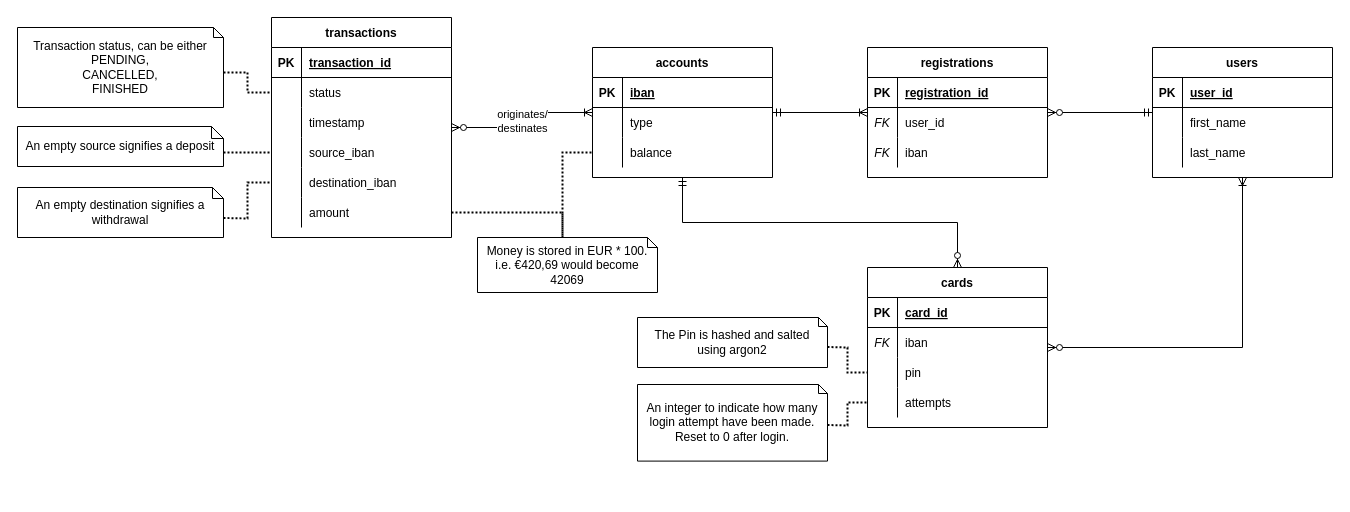
The draw.io diagram doc/ERD.drawio in Herbankers/hb-server, before the edit. Source tidied: cells renumbered, new cells numbered last; positions are measured from the earlier drawing's top-left corner, leaving out a move shared by most shapes. Both pictures are drawn from the tidied source at 100%, with x=0, y=0 at pixel (17, 17).
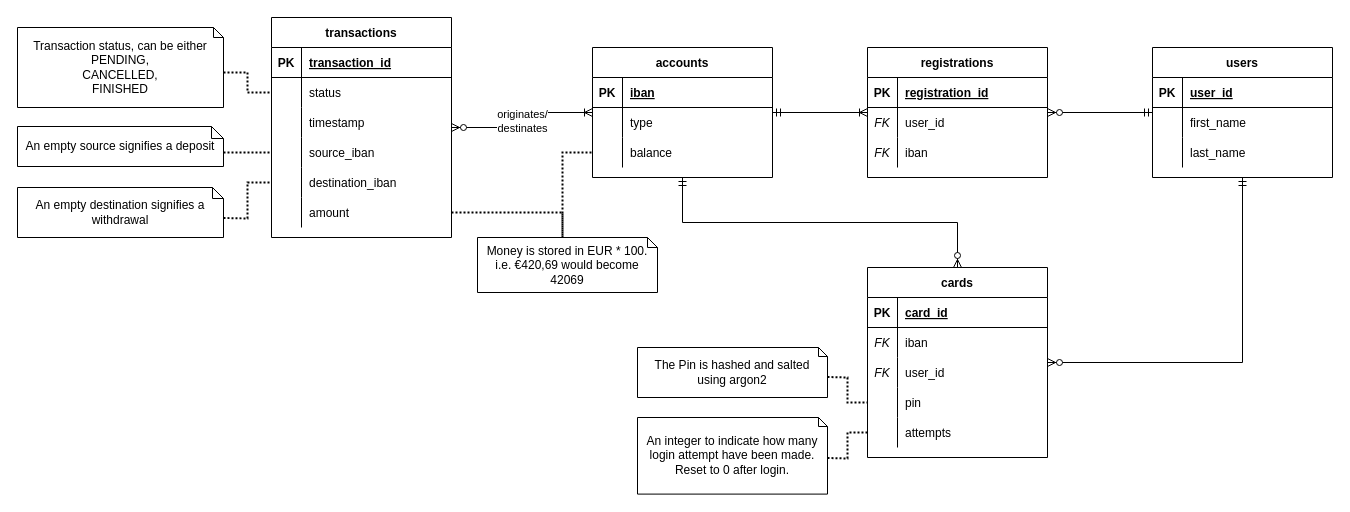
The same diagram, later.

Commit message (it also covers changes not shown here):
db: fix missing user_id in cards

Unchanged cells that the change refers to:
```xml
<mxCell id="23" value="users" style="shape=table;startSize=30;childLayout=tableLayout;rowLines=0;fontStyle=1;align=center;" parent="1" vertex="1">
  <mxGeometry x="1135" y="30" width="180" height="130" as="geometry" />
</mxCell>
```

Change to the diagram source:
```diff
@@
-    <mxCell id="33" style="edgeStyle=orthogonalEdgeStyle;rounded=0;jettySize=auto;html=1;exitX=1;exitY=0.5;exitDx=0;exitDy=0;entryX=0.5;entryY=1;entryDx=0;entryDy=0;startArrow=ERzeroToMany;startFill=1;endArrow=ERoneToMany;endFill=0;" parent="1" edge="1" source="34" target="23">
+    <mxCell id="33" style="edgeStyle=orthogonalEdgeStyle;rounded=0;jettySize=auto;html=1;exitX=1;exitY=0.5;exitDx=0;exitDy=0;entryX=0.5;entryY=1;entryDx=0;entryDy=0;startArrow=ERzeroToMany;startFill=1;endArrow=ERmandOne;endFill=0;" parent="1" edge="1" source="34" target="23">
       <mxGeometry relative="1" as="geometry" />
     </mxCell>
     <mxCell id="34" value="cards" style="shape=table;startSize=30;childLayout=tableLayout;rowLines=0;fontStyle=1;align=center;" parent="1" vertex="1">
-      <mxGeometry x="850" y="250" width="180" height="160" as="geometry" />
+      <mxGeometry x="850" y="250" width="180" height="190" as="geometry" />
     </mxCell>
@@
+    <mxCell id="83" style="shape=partialRectangle;fillColor=none;top=0;left=0;bottom=0;right=0;" parent="34" vertex="1">
+      <mxGeometry y="90" width="180" height="30" as="geometry" />
+    </mxCell>
+    <mxCell id="84" value="FK" style="shape=partialRectangle;fillColor=none;top=0;left=0;bottom=0;right=0;overflow=hidden;fontStyle=2;" parent="83" vertex="1">
+      <mxGeometry width="30" height="30" as="geometry" />
+    </mxCell>
+    <mxCell id="85" value="user_id" style="shape=partialRectangle;fillColor=none;top=0;left=0;bottom=0;right=0;align=left;spacingLeft=6;overflow=hidden;" parent="83" vertex="1">
+      <mxGeometry x="30" width="150" height="30" as="geometry" />
+    </mxCell>
     <mxCell id="41" style="shape=partialRectangle;fillColor=none;top=0;left=0;bottom=0;right=0;points=[[0,0.5],[1,0.5]];portConstraint=eastwest;" parent="34" vertex="1">
-      <mxGeometry y="90" width="180" height="30" as="geometry" />
+      <mxGeometry y="120" width="180" height="30" as="geometry" />
     </mxCell>
@@
     <mxCell id="44" style="shape=partialRectangle;fillColor=none;top=0;left=0;bottom=0;right=0;points=[[0,0.5],[1,0.5]];portConstraint=eastwest;" parent="34" vertex="1">
-      <mxGeometry y="120" width="180" height="30" as="geometry" />
+      <mxGeometry y="150" width="180" height="30" as="geometry" />
     </mxCell>
@@
     <mxCell id="59" value="An integer to indicate how many login attempt have been made.&lt;br&gt;Reset to 0 after login." style="shape=note;size=9;whiteSpace=wrap;html=1;" parent="1" vertex="1">
-      <mxGeometry x="620" y="367" width="190" height="76.6" as="geometry" />
+      <mxGeometry x="620" y="400" width="190" height="76.6" as="geometry" />
     </mxCell>
     <mxCell id="60" style="endArrow=none;html=1;rounded=0;dashed=1;dashPattern=1 1;strokeWidth=2;exitX=0;exitY=0;exitDx=190;exitDy=40.5;exitPerimeter=0;entryX=0;entryY=0.5;entryDx=0;entryDy=0;" parent="1" edge="1" source="59" target="44">
       <mxGeometry relative="1" as="geometry">
         <Array as="points">
-          <mxPoint x="830" y="408" />
-          <mxPoint x="830" y="385" />
+          <mxPoint x="830" y="441" />
+          <mxPoint x="830" y="415" />
         </Array>
       </mxGeometry>
     </mxCell>
     <mxCell id="61" style="endArrow=none;html=1;rounded=0;dashed=1;dashPattern=1 1;strokeWidth=2;entryX=0;entryY=0.5;entryDx=0;entryDy=0;exitX=0;exitY=0;exitDx=190;exitDy=29.5;exitPerimeter=0;" parent="1" edge="1" source="62" target="41">
       <mxGeometry relative="1" as="geometry">
         <Array as="points">
-          <mxPoint x="830" y="330" />
-          <mxPoint x="830" y="355" />
+          <mxPoint x="830" y="360" />
+          <mxPoint x="830" y="385" />
         </Array>
       </mxGeometry>
     </mxCell>
     <mxCell id="62" value="The Pin is hashed and salted&lt;br&gt;using argon2" style="shape=note;size=9;whiteSpace=wrap;html=1;" parent="1" vertex="1">
-      <mxGeometry x="620" y="300" width="190" height="50" as="geometry" />
+      <mxGeometry x="620" y="330" width="190" height="50" as="geometry" />
     </mxCell>
```
